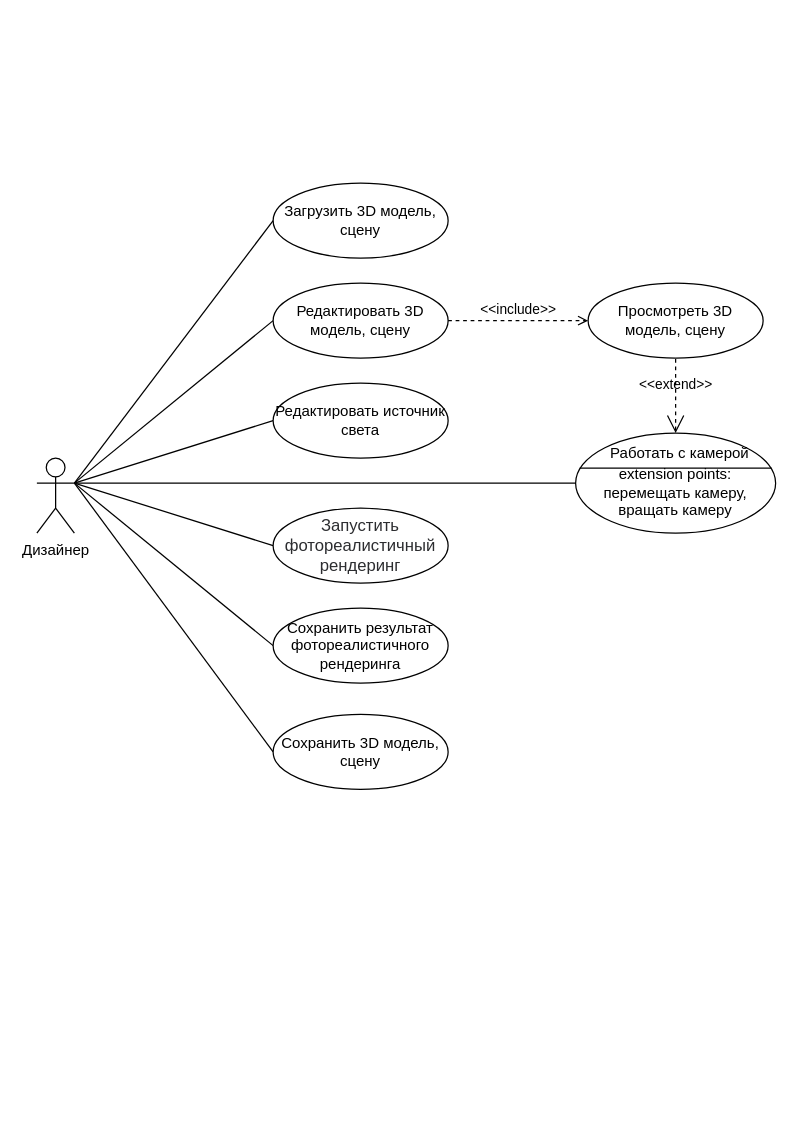
Above: module_2/Use Case Diagram.drawio in SheinEA/gb_architect (draw.io), before the change. Source tidied: cells renumbered, new cells numbered last; positions are measured from the earlier drawing's top-left corner, leaving out a move shared by most shapes. Both pictures are drawn from the tidied source at 125%, with x=0, y=0 at pixel (36, 182).
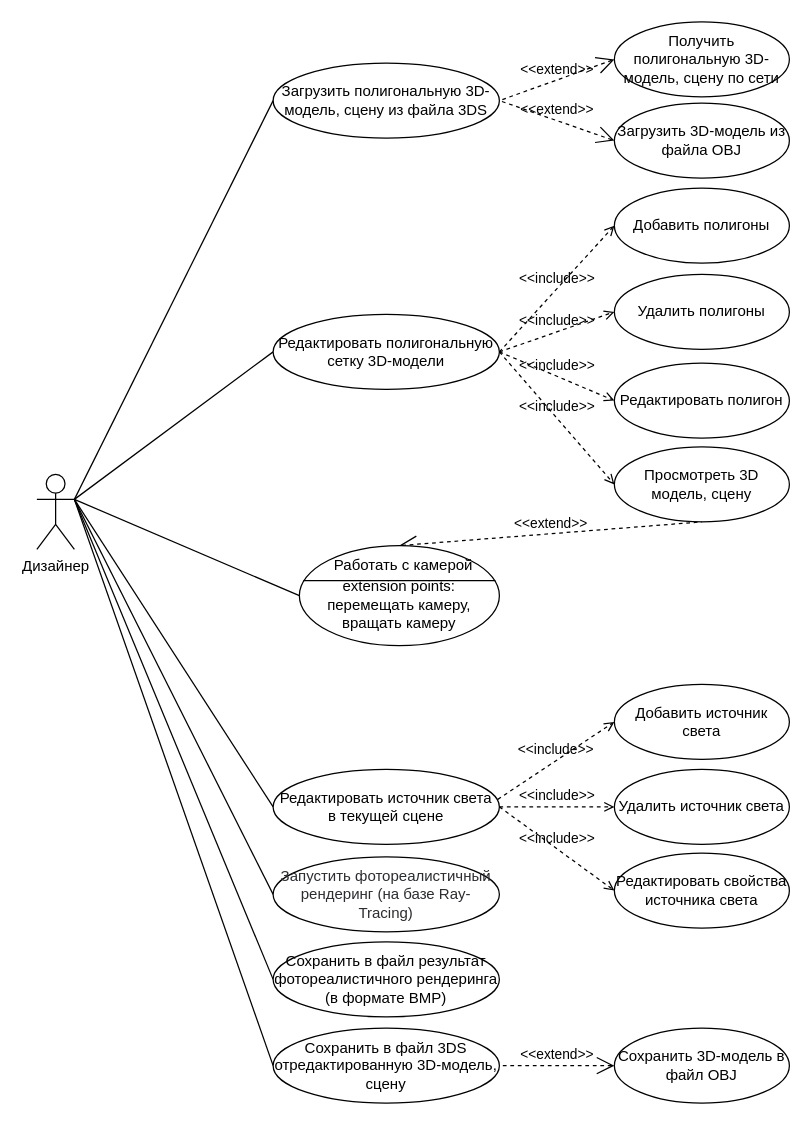
Above is the later version.

The edit, as a diff of the source:
```diff
@@
-    <mxCell id="2" value="Загрузить 3D модель, сцену" style="ellipse;whiteSpace=wrap;html=1;" parent="1" vertex="1">
-      <mxGeometry x="189" width="140" height="60" as="geometry" />
+    <mxCell id="2" value="Загрузить полигональную 3D-модель, сцену из файла 3DS" style="ellipse;whiteSpace=wrap;html=1;" parent="1" vertex="1">
+      <mxGeometry x="189" y="-96" width="181" height="60" as="geometry" />
     </mxCell>
@@
     <mxCell id="10" value="Дизайнер" style="shape=umlActor;verticalLabelPosition=bottom;verticalAlign=top;html=1;" parent="1" vertex="1">
-      <mxGeometry y="220" width="30" height="60" as="geometry" />
+      <mxGeometry y="233" width="30" height="60" as="geometry" />
     </mxCell>
     <mxCell id="11" value="Просмотреть 3D модель, сцену" style="ellipse;whiteSpace=wrap;html=1;" parent="1" vertex="1">
-      <mxGeometry x="441" y="80" width="140" height="60" as="geometry" />
+      <mxGeometry x="462" y="211" width="140" height="60" as="geometry" />
     </mxCell>
-    <mxCell id="12" value="Редактировать 3D модель, сцену" style="ellipse;whiteSpace=wrap;html=1;" parent="1" vertex="1">
-      <mxGeometry x="189" y="80" width="140" height="60" as="geometry" />
+    <mxCell id="12" value="Редактировать полигональную сетку 3D-модели" style="ellipse;whiteSpace=wrap;html=1;" parent="1" vertex="1">
+      <mxGeometry x="189" y="105" width="181" height="60" as="geometry" />
     </mxCell>
-    <mxCell id="13" value="Сохранить 3D модель, сцену" style="ellipse;whiteSpace=wrap;html=1;" parent="1" vertex="1">
-      <mxGeometry x="189" y="425" width="140" height="60" as="geometry" />
+    <mxCell id="13" value="Сохранить в файл 3DS отредактированную 3D-модель, сцену" style="ellipse;whiteSpace=wrap;html=1;" parent="1" vertex="1">
+      <mxGeometry x="189" y="676" width="181" height="60" as="geometry" />
     </mxCell>
-    <mxCell id="14" value="Сохранить результат фотореалистичного рендеринга" style="ellipse;whiteSpace=wrap;html=1;" parent="1" vertex="1">
-      <mxGeometry x="189" y="340" width="140" height="60" as="geometry" />
+    <mxCell id="14" value="Сохранить в файл результат фотореалистичного рендеринга (в формате BMP)" style="ellipse;whiteSpace=wrap;html=1;" parent="1" vertex="1">
+      <mxGeometry x="189" y="607" width="181" height="60" as="geometry" />
     </mxCell>
-    <mxCell id="15" value="Редактировать источник света" style="ellipse;whiteSpace=wrap;html=1;" parent="1" vertex="1">
-      <mxGeometry x="189" y="160" width="140" height="60" as="geometry" />
+    <mxCell id="15" value="Редактировать источник света в текущей сцене" style="ellipse;whiteSpace=wrap;html=1;" parent="1" vertex="1">
+      <mxGeometry x="189" y="469" width="181" height="60" as="geometry" />
     </mxCell>
-    <mxCell id="16" value="&lt;span id=&quot;docs-internal-guid-07935baf-7fff-c7c5-6f66-7052401fd73c&quot;&gt;&lt;span style=&quot;font-size: 10pt ; font-family: &amp;#34;arial&amp;#34; ; color: rgb(44 , 45 , 48) ; background-color: transparent ; vertical-align: baseline&quot;&gt;Запустить фотореалистичный рендеринг&lt;/span&gt;&lt;/span&gt;" style="ellipse;whiteSpace=wrap;html=1;" parent="1" vertex="1">
-      <mxGeometry x="189" y="260" width="140" height="60" as="geometry" />
+    <mxCell id="16" value="&lt;span id=&quot;docs-internal-guid-07935baf-7fff-c7c5-6f66-7052401fd73c&quot;&gt;&lt;span style=&quot;font-family: &amp;#34;arial&amp;#34; ; color: rgb(44 , 45 , 48) ; background-color: transparent ; vertical-align: baseline&quot;&gt;&lt;font style=&quot;font-size: 12px&quot;&gt;Запустить фотореалистичный рендеринг (на базе Ray-Tracing)&lt;/font&gt;&lt;/span&gt;&lt;/span&gt;" style="ellipse;whiteSpace=wrap;html=1;" parent="1" vertex="1">
+      <mxGeometry x="189" y="539" width="181" height="60" as="geometry" />
     </mxCell>
@@
     <mxCell id="19" value="&lt;br&gt;extension points:&lt;br&gt;перемещать камеру, вращать камеру" style="html=1;shape=mxgraph.sysml.useCaseExtPt;whiteSpace=wrap;align=center;" parent="1" vertex="1">
-      <mxGeometry x="431" y="200" width="160" height="80" as="geometry" />
+      <mxGeometry x="210" y="290" width="160" height="80" as="geometry" />
     </mxCell>
@@
+    <mxCell id="21" value="Добавить источник света" style="ellipse;whiteSpace=wrap;html=1;" parent="1" vertex="1">
+      <mxGeometry x="462" y="401" width="140" height="60" as="geometry" />
+    </mxCell>
+    <mxCell id="22" value="Удалить источник света" style="ellipse;whiteSpace=wrap;html=1;" parent="1" vertex="1">
+      <mxGeometry x="462" y="469" width="140" height="60" as="geometry" />
+    </mxCell>
+    <mxCell id="23" value="Редактировать свойства источника света" style="ellipse;whiteSpace=wrap;html=1;" parent="1" vertex="1">
+      <mxGeometry x="462" y="536" width="140" height="60" as="geometry" />
+    </mxCell>
+    <mxCell id="24" value="&amp;lt;&amp;lt;include&amp;gt;&amp;gt;" style="edgeStyle=none;html=1;endArrow=open;verticalAlign=bottom;dashed=1;labelBackgroundColor=none;exitX=0.993;exitY=0.4;exitDx=0;exitDy=0;exitPerimeter=0;entryX=0;entryY=0.5;entryDx=0;entryDy=0;" parent="1" edge="1" source="15" target="21">
+      <mxGeometry relative="1" as="geometry" />
+    </mxCell>
+    <mxCell id="25" value="&amp;lt;&amp;lt;include&amp;gt;&amp;gt;" style="edgeStyle=none;html=1;endArrow=open;verticalAlign=bottom;dashed=1;labelBackgroundColor=none;exitX=1;exitY=0.5;exitDx=0;exitDy=0;" parent="1" edge="1" source="15" target="22">
+      <mxGeometry relative="1" as="geometry" />
+    </mxCell>
+    <mxCell id="26" value="&amp;lt;&amp;lt;include&amp;gt;&amp;gt;" style="edgeStyle=none;html=1;endArrow=open;verticalAlign=bottom;dashed=1;labelBackgroundColor=none;exitX=1;exitY=0.5;exitDx=0;exitDy=0;entryX=0;entryY=0.5;entryDx=0;entryDy=0;" parent="1" edge="1" source="15" target="23">
+      <mxGeometry relative="1" as="geometry" />
+    </mxCell>
+    <mxCell id="27" value="Получить полигональную 3D-модель, сцену по сети" style="ellipse;whiteSpace=wrap;html=1;" parent="1" vertex="1">
+      <mxGeometry x="462" y="-129" width="140" height="60" as="geometry" />
+    </mxCell>
+    <mxCell id="28" value="&amp;lt;&amp;lt;extend&amp;gt;&amp;gt;" style="edgeStyle=none;html=1;startArrow=open;endArrow=none;startSize=12;verticalAlign=bottom;dashed=1;labelBackgroundColor=none;entryX=1;entryY=0.5;entryDx=0;entryDy=0;exitX=0;exitY=0.5;exitDx=0;exitDy=0;" parent="1" edge="1" source="27" target="2">
+      <mxGeometry relative="1" as="geometry" />
+    </mxCell>
+    <mxCell id="29" value="Загрузить 3D-модель из файла OBJ" style="ellipse;whiteSpace=wrap;html=1;" parent="1" vertex="1">
+      <mxGeometry x="462" y="-64" width="140" height="60" as="geometry" />
+    </mxCell>
+    <mxCell id="30" value="&amp;lt;&amp;lt;extend&amp;gt;&amp;gt;" style="edgeStyle=none;html=1;startArrow=open;endArrow=none;startSize=12;verticalAlign=bottom;dashed=1;labelBackgroundColor=none;entryX=1;entryY=0.5;entryDx=0;entryDy=0;exitX=0;exitY=0.5;exitDx=0;exitDy=0;" parent="1" edge="1" source="29" target="2">
+      <mxGeometry relative="1" as="geometry" />
+    </mxCell>
+    <mxCell id="31" value="Сохранить 3D-модель в файл OBJ" style="ellipse;whiteSpace=wrap;html=1;" parent="1" vertex="1">
+      <mxGeometry x="462" y="676" width="140" height="60" as="geometry" />
+    </mxCell>
+    <mxCell id="32" value="&amp;lt;&amp;lt;extend&amp;gt;&amp;gt;" style="edgeStyle=none;html=1;startArrow=open;endArrow=none;startSize=12;verticalAlign=bottom;dashed=1;labelBackgroundColor=none;entryX=1;entryY=0.5;entryDx=0;entryDy=0;exitX=0;exitY=0.5;exitDx=0;exitDy=0;" parent="1" edge="1" source="31" target="13">
+      <mxGeometry relative="1" as="geometry" />
+    </mxCell>
+    <mxCell id="33" value="Добавить полигоны" style="ellipse;whiteSpace=wrap;html=1;" parent="1" vertex="1">
+      <mxGeometry x="462" y="4" width="140" height="60" as="geometry" />
+    </mxCell>
+    <mxCell id="34" value="Удалить полигоны" style="ellipse;whiteSpace=wrap;html=1;" parent="1" vertex="1">
+      <mxGeometry x="462" y="73" width="140" height="60" as="geometry" />
+    </mxCell>
+    <mxCell id="35" value="Редактировать полигон" style="ellipse;whiteSpace=wrap;html=1;" parent="1" vertex="1">
+      <mxGeometry x="462" y="144" width="140" height="60" as="geometry" />
+    </mxCell>
+    <mxCell id="36" value="&amp;lt;&amp;lt;include&amp;gt;&amp;gt;" style="edgeStyle=none;html=1;endArrow=open;verticalAlign=bottom;dashed=1;labelBackgroundColor=none;exitX=1;exitY=0.5;exitDx=0;exitDy=0;entryX=0;entryY=0.5;entryDx=0;entryDy=0;" parent="1" edge="1" source="12" target="33">
+      <mxGeometry relative="1" as="geometry" />
+    </mxCell>
+    <mxCell id="37" value="&amp;lt;&amp;lt;include&amp;gt;&amp;gt;" style="edgeStyle=none;html=1;endArrow=open;verticalAlign=bottom;dashed=1;labelBackgroundColor=none;exitX=1;exitY=0.5;exitDx=0;exitDy=0;entryX=0;entryY=0.5;entryDx=0;entryDy=0;" parent="1" edge="1" source="12" target="34">
+      <mxGeometry relative="1" as="geometry" />
+    </mxCell>
+    <mxCell id="38" value="&amp;lt;&amp;lt;include&amp;gt;&amp;gt;" style="edgeStyle=none;html=1;endArrow=open;verticalAlign=bottom;dashed=1;labelBackgroundColor=none;exitX=1;exitY=0.5;exitDx=0;exitDy=0;entryX=0;entryY=0.5;entryDx=0;entryDy=0;" parent="1" edge="1" source="12" target="35">
+      <mxGeometry relative="1" as="geometry" />
+    </mxCell>
```
